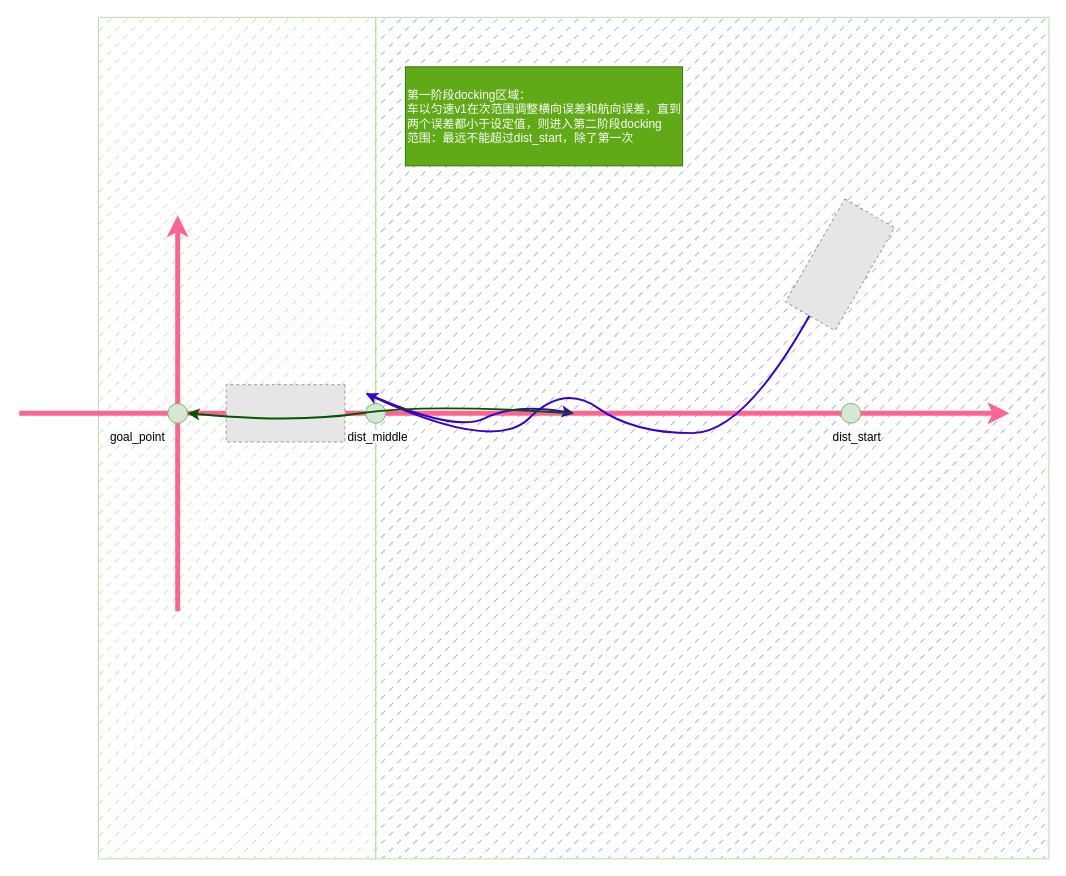
Earlier version of the draw.io diagram page "demonstration" (3 of 3) of precise_docking.drawio (Thousandsuny/Learning). Source tidied: cells renumbered, new cells numbered last; positions are measured from the earlier drawing's top-left corner, leaving out a move shared by most shapes. Both pictures are drawn from the tidied source at 99%, with x=0, y=0 at pixel (19, 17). Pictures stored in the file or linked from it are replaced by grey dashed boxes.
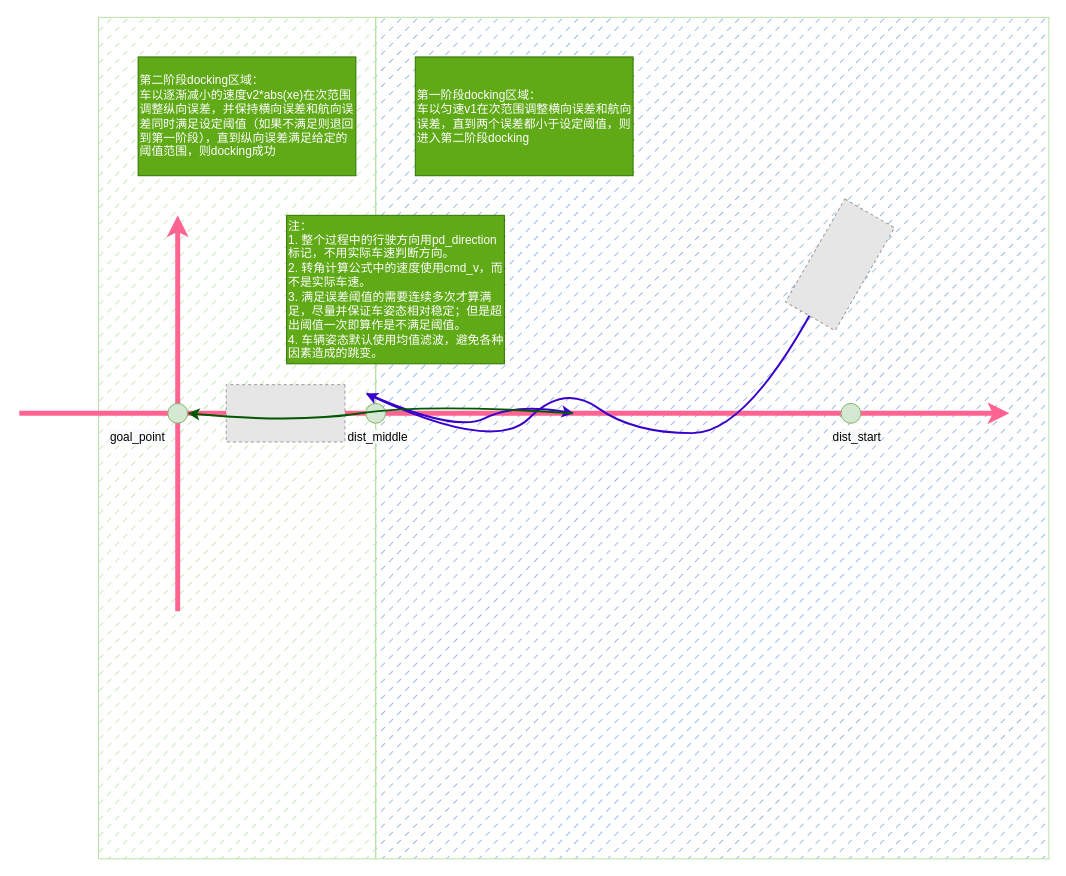
The same page after the edit.

Diff of the diagram source:
```diff
@@
-    <mxCell id="15" value="第一阶段docking区域：&lt;br&gt;车以匀速v1在次范围调整横向误差和航向误差，直到两个误差都小于设定值，则进入第二阶段docking&lt;br&gt;范围：最远不能超过dist_start，除了第一次" style="rounded=0;whiteSpace=wrap;html=1;fillStyle=auto;strokeColor=#2D7600;fontColor=#ffffff;fillColor=#60a917;align=left;" parent="1" vertex="1">
-      <mxGeometry x="390" y="50" width="280" height="100" as="geometry" />
+    <mxCell id="15" value="第一阶段docking区域：&lt;br&gt;车以匀速v1在次范围调整横向误差和航向误差，直到两个误差都小于设定阈值，则进入第二阶段docking" style="rounded=0;whiteSpace=wrap;html=1;fillStyle=auto;strokeColor=#2D7600;fontColor=#ffffff;fillColor=#60a917;align=left;" parent="1" vertex="1">
+      <mxGeometry x="400" y="40" width="220" height="120" as="geometry" />
     </mxCell>
@@
+    <mxCell id="19" value="第二阶段docking区域：&lt;br&gt;车以逐渐减小的速度v2*abs(xe)在次范围调整纵向误差，并保持横向误差和航向误差同时满足设定阈值（如果不满足则退回到第一阶段），直到纵向误差满足给定的阈值范围，则docking成功" style="rounded=0;whiteSpace=wrap;html=1;fillStyle=auto;strokeColor=#2D7600;fontColor=#ffffff;fillColor=#60a917;align=left;" parent="1" vertex="1">
+      <mxGeometry x="120" y="40" width="220" height="120" as="geometry" />
+    </mxCell>
+    <mxCell id="20" value="注：&lt;br&gt;1. 整个过程中的行驶方向用pd_direction标记，不用实际车速判断方向。&lt;br&gt;2. 转角计算公式中的速度使用cmd_v，而不是实际车速。&lt;br&gt;3. 满足误差阈值的需要连续多次才算满足，尽量并保证车姿态相对稳定；但是超出阈值一次即算作是不满足阈值。&lt;br&gt;4. 车辆姿态默认使用均值滤波，避免各种因素造成的跳变。" style="rounded=0;whiteSpace=wrap;html=1;fillStyle=auto;strokeColor=#2D7600;fontColor=#ffffff;fillColor=#60a917;align=left;" parent="1" vertex="1">
+      <mxGeometry x="270" y="200" width="220" height="150" as="geometry" />
+    </mxCell>
```
